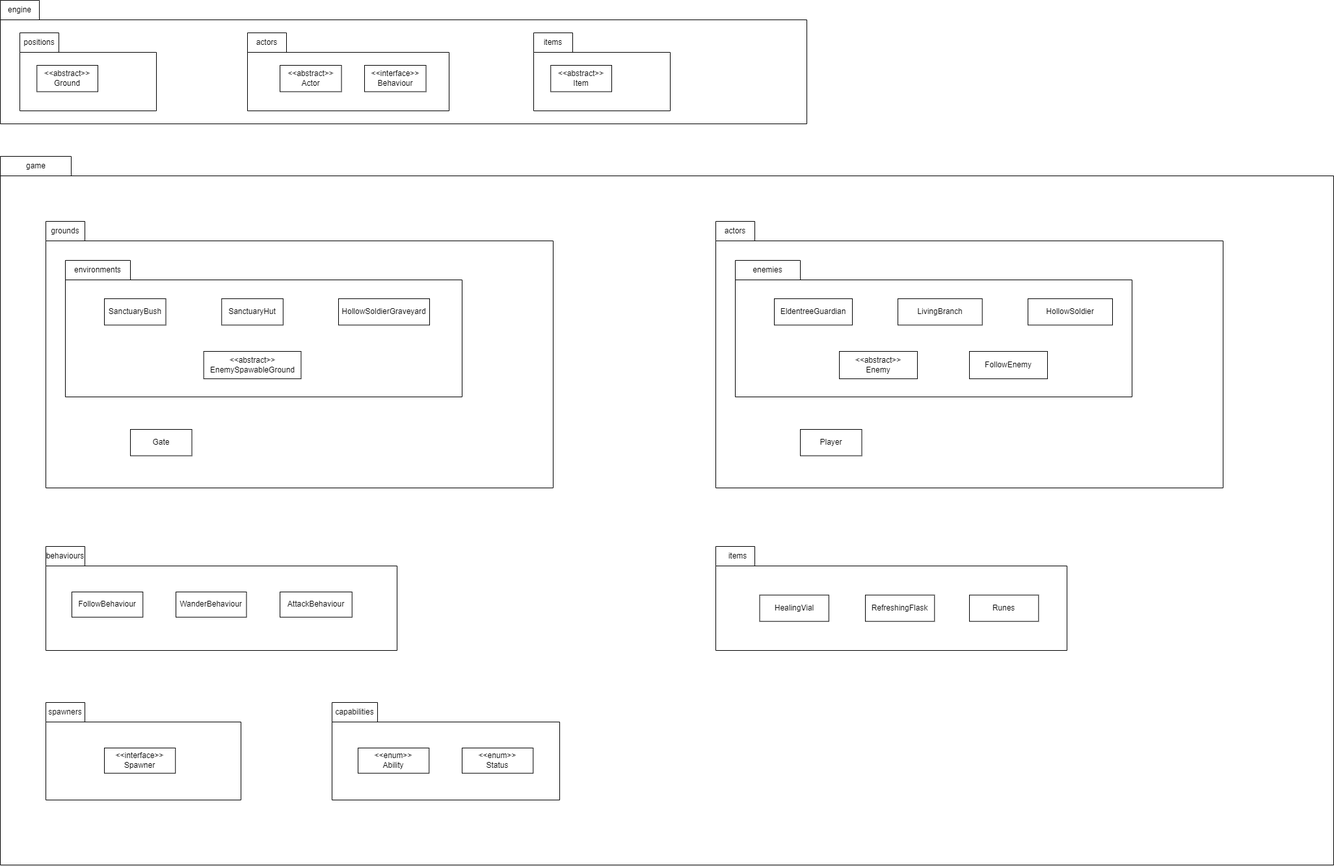
The draw.io diagram docs/design.assignment3/REQ1.png in DesmondChongQiXiang/FIT2099, before a commit. Source tidied: cells renumbered, new cells last; positions are measured from the earlier drawing's top-left corner, leaving out a move shared by most shapes.
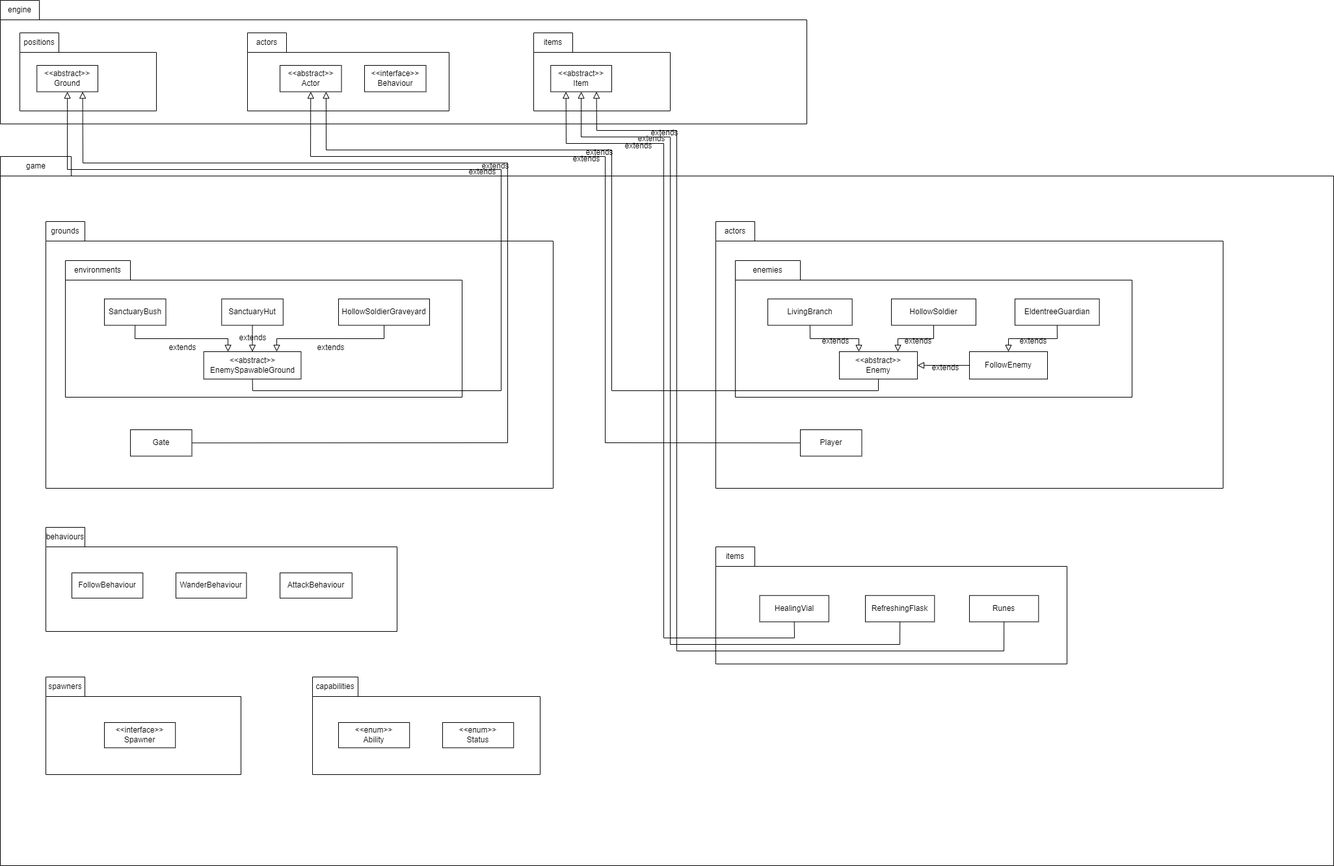
The same file after the commit.

Commit message:
REQ1 (Add UML diagram completed 70%)

What changed in the source:
```diff
@@ -89,6 +89,36 @@
     <mxCell id="30" value="&amp;lt;&amp;lt;abstract&amp;gt;&amp;gt;&lt;br&gt;EnemySpawableGround" style="html=1;whiteSpace=wrap;" parent="24" vertex="1">
       <mxGeometry x="212.7" y="140" width="149.7" height="42.1" as="geometry" />
     </mxCell>
+    <mxCell id="65" style="endArrow=block;html=1;rounded=0;align=center;verticalAlign=bottom;endFill=0;labelBackgroundColor=none;endSize=8;entryX=0.25;entryY=0;entryDx=0;entryDy=0;exitX=0.5;exitY=1;exitDx=0;exitDy=0;" parent="24" edge="1" source="27" target="30">
+      <mxGeometry relative="1" as="geometry">
+        <Array as="points">
+          <mxPoint x="107" y="120" />
+          <mxPoint x="250" y="120" />
+        </Array>
+      </mxGeometry>
+    </mxCell>
+    <mxCell id="66" value="extends" style="html=1;align=center;verticalAlign=top;labelBackgroundColor=none;" parent="65" vertex="1">
+      <mxGeometry relative="1" as="geometry" />
+    </mxCell>
+    <mxCell id="67" style="endArrow=block;html=1;rounded=0;align=center;verticalAlign=bottom;endFill=0;labelBackgroundColor=none;endSize=8;entryX=0.5;entryY=0;entryDx=0;entryDy=0;exitX=0.5;exitY=1;exitDx=0;exitDy=0;" parent="24" edge="1" source="28" target="30">
+      <mxGeometry relative="1" as="geometry" />
+    </mxCell>
+    <mxCell id="68" value="extends" style="html=1;align=center;verticalAlign=top;labelBackgroundColor=none;" parent="67" vertex="1">
+      <mxGeometry relative="1" as="geometry">
+        <mxPoint y="-14" as="offset" />
+      </mxGeometry>
+    </mxCell>
+    <mxCell id="69" style="endArrow=block;html=1;rounded=0;align=center;verticalAlign=bottom;endFill=0;labelBackgroundColor=none;endSize=8;entryX=0.75;entryY=0;entryDx=0;entryDy=0;exitX=0.5;exitY=1;exitDx=0;exitDy=0;" parent="24" edge="1" source="29" target="30">
+      <mxGeometry relative="1" as="geometry">
+        <Array as="points">
+          <mxPoint x="490" y="120" />
+          <mxPoint x="325" y="120" />
+        </Array>
+      </mxGeometry>
+    </mxCell>
+    <mxCell id="70" value="extends" style="html=1;align=center;verticalAlign=top;labelBackgroundColor=none;" parent="69" vertex="1">
+      <mxGeometry relative="1" as="geometry" />
+    </mxCell>
     <mxCell id="31" value="Gate" style="html=1;whiteSpace=wrap;" parent="21" vertex="1">
       <mxGeometry x="130" y="320" width="94.5" height="40.5" as="geometry" />
     </mxCell>
@@ -111,13 +141,13 @@
       <mxGeometry width="100" height="30" as="geometry" />
     </mxCell>
     <mxCell id="38" value="EldentreeGuardian" style="html=1;whiteSpace=wrap;" parent="35" vertex="1">
-      <mxGeometry x="60" y="58.9" width="120" height="40.5" as="geometry" />
+      <mxGeometry x="430" y="58.9" width="129.7" height="40.5" as="geometry" />
     </mxCell>
     <mxCell id="39" value="LivingBranch" style="html=1;whiteSpace=wrap;" parent="35" vertex="1">
-      <mxGeometry x="250" y="58.9" width="129.7" height="40.5" as="geometry" />
+      <mxGeometry x="50" y="58.9" width="129.7" height="40.5" as="geometry" />
     </mxCell>
     <mxCell id="40" value="HollowSoldier" style="html=1;whiteSpace=wrap;" parent="35" vertex="1">
-      <mxGeometry x="450" y="58.9" width="130" height="40.5" as="geometry" />
+      <mxGeometry x="240" y="58.9" width="130" height="40.5" as="geometry" />
     </mxCell>
     <mxCell id="41" value="&amp;lt;&amp;lt;abstract&amp;gt;&amp;gt;&lt;br&gt;Enemy" style="html=1;whiteSpace=wrap;" parent="35" vertex="1">
       <mxGeometry x="160" y="140" width="120" height="42.1" as="geometry" />
@@ -125,6 +155,53 @@
     <mxCell id="42" value="FollowEnemy" style="html=1;whiteSpace=wrap;" parent="35" vertex="1">
       <mxGeometry x="360" y="140" width="120" height="42.1" as="geometry" />
     </mxCell>
+    <mxCell id="71" style="endArrow=block;html=1;rounded=0;align=center;verticalAlign=bottom;endFill=0;labelBackgroundColor=none;endSize=8;entryX=0.5;entryY=0;entryDx=0;entryDy=0;exitX=0.5;exitY=1;exitDx=0;exitDy=0;" parent="35" edge="1" source="38" target="42">
+      <mxGeometry relative="1" as="geometry">
+        <Array as="points">
+          <mxPoint x="495" y="120" />
+          <mxPoint x="420" y="120" />
+        </Array>
+      </mxGeometry>
+    </mxCell>
+    <mxCell id="72" value="extends" style="html=1;align=center;verticalAlign=top;labelBackgroundColor=none;" parent="71" vertex="1">
+      <mxGeometry relative="1" as="geometry">
+        <mxPoint y="-10" as="offset" />
+      </mxGeometry>
+    </mxCell>
+    <mxCell id="73" style="endArrow=block;html=1;rounded=0;align=center;verticalAlign=bottom;endFill=0;labelBackgroundColor=none;endSize=8;entryX=0.25;entryY=0;entryDx=0;entryDy=0;exitX=0.5;exitY=1;exitDx=0;exitDy=0;" parent="35" edge="1" source="39" target="41">
+      <mxGeometry relative="1" as="geometry">
+        <Array as="points">
+          <mxPoint x="115" y="120" />
+          <mxPoint x="190" y="120" />
+        </Array>
+      </mxGeometry>
+    </mxCell>
+    <mxCell id="74" value="extends" style="html=1;align=center;verticalAlign=top;labelBackgroundColor=none;" parent="73" vertex="1">
+      <mxGeometry relative="1" as="geometry">
+        <mxPoint y="-10" as="offset" />
+      </mxGeometry>
+    </mxCell>
+    <mxCell id="75" style="endArrow=block;html=1;rounded=0;align=center;verticalAlign=bottom;endFill=0;labelBackgroundColor=none;endSize=8;entryX=0.75;entryY=0;entryDx=0;entryDy=0;exitX=0.5;exitY=1;exitDx=0;exitDy=0;" parent="35" edge="1" source="40" target="41">
+      <mxGeometry relative="1" as="geometry">
+        <Array as="points">
+          <mxPoint x="305" y="120" />
+          <mxPoint x="250" y="120" />
+        </Array>
+      </mxGeometry>
+    </mxCell>
+    <mxCell id="76" value="extends" style="html=1;align=center;verticalAlign=top;labelBackgroundColor=none;" parent="75" vertex="1">
+      <mxGeometry relative="1" as="geometry">
+        <mxPoint x="2" y="-10" as="offset" />
+      </mxGeometry>
+    </mxCell>
+    <mxCell id="77" style="endArrow=block;html=1;rounded=0;align=center;verticalAlign=bottom;endFill=0;labelBackgroundColor=none;endSize=8;entryX=1;entryY=0.5;entryDx=0;entryDy=0;exitX=0;exitY=0.5;exitDx=0;exitDy=0;" parent="35" edge="1" source="42" target="41">
+      <mxGeometry relative="1" as="geometry" />
+    </mxCell>
+    <mxCell id="78" value="extends" style="html=1;align=center;verticalAlign=top;labelBackgroundColor=none;" parent="77" vertex="1">
+      <mxGeometry relative="1" as="geometry">
+        <mxPoint x="2" y="-10" as="offset" />
+      </mxGeometry>
+    </mxCell>
     <mxCell id="43" value="Player" style="html=1;whiteSpace=wrap;" parent="32" vertex="1">
       <mxGeometry x="130" y="320" width="94.5" height="40.5" as="geometry" />
     </mxCell>
@@ -132,10 +209,10 @@
       <mxGeometry x="1100" y="600" width="540" height="190" as="geometry" />
     </mxCell>
     <mxCell id="45" style="shape=folder;fontStyle=1;spacingTop=10;tabWidth=60;tabHeight=30;tabPosition=left;html=1;whiteSpace=wrap;" parent="44" vertex="1">
-      <mxGeometry width="540" height="160" as="geometry" />
+      <mxGeometry width="540" height="180" as="geometry" />
     </mxCell>
     <mxCell id="46" value="items" style="text;html=1;strokeColor=none;fillColor=none;align=center;verticalAlign=middle;whiteSpace=wrap;rounded=0;" parent="44" vertex="1">
-      <mxGeometry width="67.5" height="30" as="geometry" />
+      <mxGeometry width="60" height="30" as="geometry" />
     </mxCell>
     <mxCell id="47" value="HealingVial" style="html=1;whiteSpace=wrap;" parent="44" vertex="1">
       <mxGeometry x="67.5" y="74.7" width="106.3" height="40.5" as="geometry" />
@@ -147,7 +224,7 @@
       <mxGeometry x="390" y="74.7" width="106.3" height="40.5" as="geometry" />
     </mxCell>
     <mxCell id="50" style="group;" parent="18" vertex="1">
-      <mxGeometry x="70" y="600" width="540" height="160" as="geometry" />
+      <mxGeometry x="70" y="570" width="540" height="160" as="geometry" />
     </mxCell>
     <mxCell id="51" style="shape=folder;fontStyle=1;spacingTop=10;tabWidth=60;tabHeight=30;tabPosition=left;html=1;whiteSpace=wrap;" parent="50" vertex="1">
       <mxGeometry width="540" height="160" as="geometry" />
@@ -165,7 +242,7 @@
       <mxGeometry x="360" y="70" width="110.8" height="38.8" as="geometry" />
     </mxCell>
     <mxCell id="56" style="group;" parent="18" vertex="1">
-      <mxGeometry x="70" y="840" width="300" height="150" as="geometry" />
+      <mxGeometry x="70" y="800" width="300" height="150" as="geometry" />
     </mxCell>
     <mxCell id="57" style="shape=folder;fontStyle=1;spacingTop=10;tabWidth=60;tabHeight=30;tabPosition=left;html=1;whiteSpace=wrap;" parent="56" vertex="1">
       <mxGeometry width="300" height="150" as="geometry" />
@@ -177,7 +254,7 @@
       <mxGeometry x="90" y="70" width="109.2" height="38.8" as="geometry" />
     </mxCell>
     <mxCell id="60" style="group;" parent="18" vertex="1">
-      <mxGeometry x="510" y="840" width="350" height="150" as="geometry" />
+      <mxGeometry x="480" y="800" width="350" height="150" as="geometry" />
     </mxCell>
     <mxCell id="61" style="shape=folder;fontStyle=1;spacingTop=10;tabWidth=70;tabHeight=30;tabPosition=left;html=1;whiteSpace=wrap;" parent="60" vertex="1">
       <mxGeometry width="350" height="150" as="geometry" />
@@ -191,5 +268,108 @@
     <mxCell id="64" value="&amp;lt;&amp;lt;enum&amp;gt;&amp;gt;&lt;br&gt;Status" style="html=1;whiteSpace=wrap;" parent="60" vertex="1">
       <mxGeometry x="200" y="70" width="109.2" height="38.8" as="geometry" />
     </mxCell>
+    <mxCell id="79" style="endArrow=block;html=1;rounded=0;align=center;verticalAlign=bottom;endFill=0;labelBackgroundColor=none;endSize=8;entryX=0.5;entryY=1;entryDx=0;entryDy=0;exitX=0.5;exitY=1;exitDx=0;exitDy=0;" parent="1" edge="1" source="30" target="8">
+      <mxGeometry relative="1" as="geometry">
+        <Array as="points">
+          <mxPoint x="388" y="600" />
+          <mxPoint x="770" y="600" />
+          <mxPoint x="770" y="260" />
+          <mxPoint x="103" y="260" />
+        </Array>
+      </mxGeometry>
+    </mxCell>
+    <mxCell id="80" value="extends" style="html=1;align=center;verticalAlign=top;labelBackgroundColor=none;" parent="79" vertex="1">
+      <mxGeometry relative="1" as="geometry">
+        <mxPoint x="-7" y="-10" as="offset" />
+      </mxGeometry>
+    </mxCell>
+    <mxCell id="81" style="endArrow=block;html=1;rounded=0;align=center;verticalAlign=bottom;endFill=0;labelBackgroundColor=none;endSize=8;entryX=0.75;entryY=1;entryDx=0;entryDy=0;exitX=1;exitY=0.5;exitDx=0;exitDy=0;" parent="1" edge="1" source="31" target="8">
+      <mxGeometry relative="1" as="geometry">
+        <Array as="points">
+          <mxPoint x="780" y="680" />
+          <mxPoint x="780" y="250" />
+          <mxPoint x="127" y="250" />
+        </Array>
+      </mxGeometry>
+    </mxCell>
+    <mxCell id="82" value="extends" style="html=1;align=center;verticalAlign=top;labelBackgroundColor=none;" parent="81" vertex="1">
+      <mxGeometry relative="1" as="geometry">
+        <mxPoint x="-20" y="-86" as="offset" />
+      </mxGeometry>
+    </mxCell>
+    <mxCell id="83" style="endArrow=block;html=1;rounded=0;align=center;verticalAlign=bottom;endFill=0;labelBackgroundColor=none;endSize=8;entryX=0.5;entryY=1;entryDx=0;entryDy=0;exitX=0;exitY=0.5;exitDx=0;exitDy=0;" parent="1" edge="1" source="43" target="12">
+      <mxGeometry relative="1" as="geometry">
+        <Array as="points">
+          <mxPoint x="930" y="680" />
+          <mxPoint x="930" y="240" />
+          <mxPoint x="477" y="240" />
+        </Array>
+      </mxGeometry>
+    </mxCell>
+    <mxCell id="84" value="extends" style="html=1;align=center;verticalAlign=top;labelBackgroundColor=none;" parent="83" vertex="1">
+      <mxGeometry relative="1" as="geometry">
+        <mxPoint x="-30" y="-104" as="offset" />
+      </mxGeometry>
+    </mxCell>
+    <mxCell id="85" style="endArrow=block;html=1;rounded=0;align=center;verticalAlign=bottom;endFill=0;labelBackgroundColor=none;endSize=8;entryX=0.75;entryY=1;entryDx=0;entryDy=0;exitX=0.5;exitY=1;exitDx=0;exitDy=0;" parent="1" edge="1" source="41" target="12">
+      <mxGeometry relative="1" as="geometry">
+        <Array as="points">
+          <mxPoint x="1350" y="600" />
+          <mxPoint x="940" y="600" />
+          <mxPoint x="940" y="230" />
+          <mxPoint x="501" y="230" />
+        </Array>
+      </mxGeometry>
+    </mxCell>
+    <mxCell id="86" value="extends" style="html=1;align=center;verticalAlign=top;labelBackgroundColor=none;" parent="85" vertex="1">
+      <mxGeometry relative="1" as="geometry">
+        <mxPoint x="-20" y="-145" as="offset" />
+      </mxGeometry>
+    </mxCell>
+    <mxCell id="87" style="endArrow=block;html=1;rounded=0;align=center;verticalAlign=bottom;endFill=0;labelBackgroundColor=none;endSize=8;entryX=0.25;entryY=1;entryDx=0;entryDy=0;exitX=0.5;exitY=1;exitDx=0;exitDy=0;" parent="1" edge="1" source="47" target="17">
+      <mxGeometry relative="1" as="geometry">
+        <Array as="points">
+          <mxPoint x="1221" y="980" />
+          <mxPoint x="1020" y="980" />
+          <mxPoint x="1020" y="220" />
+          <mxPoint x="870" y="220" />
+        </Array>
+      </mxGeometry>
+    </mxCell>
+    <mxCell id="88" value="extends" style="html=1;align=center;verticalAlign=top;labelBackgroundColor=none;" parent="87" vertex="1">
+      <mxGeometry relative="1" as="geometry">
+        <mxPoint x="-40" y="-388" as="offset" />
+      </mxGeometry>
+    </mxCell>
+    <mxCell id="89" style="endArrow=block;html=1;rounded=0;align=center;verticalAlign=bottom;endFill=0;labelBackgroundColor=none;endSize=8;exitX=0.5;exitY=1;exitDx=0;exitDy=0;entryX=0.5;entryY=1;entryDx=0;entryDy=0;" parent="1" edge="1" source="48" target="17">
+      <mxGeometry relative="1" as="geometry">
+        <Array as="points">
+          <mxPoint x="1383" y="990" />
+          <mxPoint x="1030" y="990" />
+          <mxPoint x="1030" y="210" />
+          <mxPoint x="893" y="210" />
+        </Array>
+      </mxGeometry>
+    </mxCell>
+    <mxCell id="90" value="extends" style="html=1;align=center;verticalAlign=top;labelBackgroundColor=none;" parent="89" vertex="1">
+      <mxGeometry relative="1" as="geometry">
+        <mxPoint x="-30" y="-491" as="offset" />
+      </mxGeometry>
+    </mxCell>
+    <mxCell id="91" style="endArrow=block;html=1;rounded=0;align=center;verticalAlign=bottom;endFill=0;labelBackgroundColor=none;endSize=8;exitX=0.5;exitY=1;exitDx=0;exitDy=0;entryX=0.75;entryY=1;entryDx=0;entryDy=0;" parent="1" edge="1" source="49" target="17">
+      <mxGeometry relative="1" as="geometry">
+        <Array as="points">
+          <mxPoint x="1543" y="1000" />
+          <mxPoint x="1040" y="1000" />
+          <mxPoint x="1040" y="200" />
+          <mxPoint x="917" y="200" />
+        </Array>
+      </mxGeometry>
+    </mxCell>
+    <mxCell id="92" value="extends" style="html=1;align=center;verticalAlign=top;labelBackgroundColor=none;" parent="91" vertex="1">
+      <mxGeometry relative="1" as="geometry">
+        <mxPoint x="-20" y="-593" as="offset" />
+      </mxGeometry>
+    </mxCell>
   </root>
 </mxGraphModel>
```
